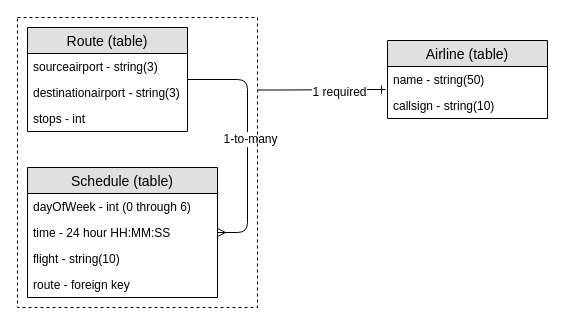
Above: Groves/138HowToModelDataSeries/images/logical model document.drawio in couchbaselabs/blog-source-code (draw.io), before the change. Source tidied: cells renumbered, new cells numbered last; positions are measured from the earlier drawing's top-left corner, leaving out a move shared by most shapes. Both pictures are drawn from the tidied source at 100%, with x=0, y=0 at pixel (17, 17).
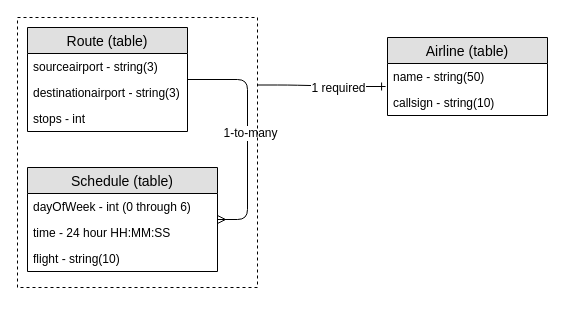
The same diagram, later.

The edit, as a diff of the source:
```diff
@@
 <mxGraphModel>
   <root>
     <mxCell id="0" />
     <mxCell id="1" parent="0" />
     <mxCell id="2" value="Route (table)" style="swimlane;fontStyle=0;horizontal=1;startSize=26;fillColor=#e0e0e0;swimlaneFillColor=#ffffff;align=center;fontSize=14;" parent="1" vertex="1">
       <mxGeometry x="10" y="10" width="160" height="104" as="geometry" />
     </mxCell>
     <mxCell id="3" value="sourceairport - string(3)" style="text;strokeColor=none;fillColor=none;spacingLeft=4;spacingRight=4;overflow=hidden;fontSize=12;" parent="2" vertex="1">
       <mxGeometry y="26" width="160" height="26" as="geometry" />
     </mxCell>
     <mxCell id="4" value="destinationairport - string(3)" style="text;strokeColor=none;fillColor=none;spacingLeft=4;spacingRight=4;overflow=hidden;fontSize=12;" parent="2" vertex="1">
       <mxGeometry y="52" width="160" height="26" as="geometry" />
     </mxCell>
     <mxCell id="5" value="stops - int" style="text;strokeColor=none;fillColor=none;spacingLeft=4;spacingRight=4;overflow=hidden;fontSize=12;" parent="2" vertex="1">
       <mxGeometry y="78" width="160" height="26" as="geometry" />
     </mxCell>
     <mxCell id="6" value="Airline (table)" style="swimlane;fontStyle=0;horizontal=1;startSize=26;fillColor=#e0e0e0;swimlaneFillColor=#ffffff;align=center;fontSize=14;" parent="1" vertex="1">
-      <mxGeometry x="370" y="23" width="160" height="78" as="geometry" />
+      <mxGeometry x="370" y="20" width="160" height="78" as="geometry" />
     </mxCell>
     <mxCell id="7" value="name - string(50)" style="text;strokeColor=none;fillColor=none;spacingLeft=4;spacingRight=4;overflow=hidden;fontSize=12;" parent="6" vertex="1">
       <mxGeometry y="26" width="160" height="26" as="geometry" />
     </mxCell>
     <mxCell id="8" value="callsign - string(10)" style="text;strokeColor=none;fillColor=none;spacingLeft=4;spacingRight=4;overflow=hidden;points=[[0,0.5],[1,0.5]];portConstraint=eastwest;fontSize=12;" parent="6" vertex="1">
       <mxGeometry y="52" width="160" height="26" as="geometry" />
     </mxCell>
     <mxCell id="9" style="edgeStyle=entityRelationEdgeStyle;fontSize=12;html=1;endArrow=ERone;endFill=1;entryX=-0.012;entryY=-0.115;entryDx=0;entryDy=0;entryPerimeter=0;exitX=1;exitY=0.25;exitDx=0;exitDy=0;" parent="1" edge="1" source="18" target="8">
       <mxGeometry relative="1" as="geometry" />
     </mxCell>
     <mxCell id="10" value="1 required" style="text;html=1;align=center;verticalAlign=middle;labelBackgroundColor=#ffffff;" parent="9" vertex="1">
       <mxGeometry x="0.26" y="-2" relative="1" as="geometry" />
     </mxCell>
     <mxCell id="11" value="Schedule (table)" style="swimlane;fontStyle=0;horizontal=1;startSize=26;fillColor=#e0e0e0;swimlaneFillColor=#ffffff;align=center;fontSize=14;" parent="1" vertex="1">
-      <mxGeometry x="10" y="150" width="190" height="130" as="geometry" />
+      <mxGeometry x="10" y="150" width="190" height="104" as="geometry" />
     </mxCell>
     <mxCell id="12" value="dayOfWeek - int (0 through 6)" style="text;strokeColor=none;fillColor=none;spacingLeft=4;spacingRight=4;overflow=hidden;fontSize=12;" parent="11" vertex="1">
       <mxGeometry y="26" width="190" height="26" as="geometry" />
     </mxCell>
     <mxCell id="13" value="time - 24 hour HH:MM:SS" style="text;strokeColor=none;fillColor=none;spacingLeft=4;spacingRight=4;overflow=hidden;fontSize=12;" parent="11" vertex="1">
       <mxGeometry y="52" width="190" height="26" as="geometry" />
     </mxCell>
     <mxCell id="14" value="flight - string(10)" style="text;strokeColor=none;fillColor=none;spacingLeft=4;spacingRight=4;overflow=hidden;fontSize=12;" parent="11" vertex="1">
       <mxGeometry y="78" width="190" height="26" as="geometry" />
     </mxCell>
-    <mxCell id="15" value="route - foreign key" style="text;strokeColor=none;fillColor=none;spacingLeft=4;spacingRight=4;overflow=hidden;fontSize=12;" parent="11" vertex="1">
-      <mxGeometry y="104" width="190" height="26" as="geometry" />
-    </mxCell>
     <mxCell id="16" style="edgeStyle=entityRelationEdgeStyle;fontSize=12;html=1;endArrow=ERmany;" parent="1" edge="1" source="2" target="11">
       <mxGeometry relative="1" as="geometry" />
     </mxCell>
     <mxCell id="17" value="1-to-many" style="text;html=1;align=center;verticalAlign=middle;labelBackgroundColor=#ffffff;" parent="16" vertex="1">
       <mxGeometry x="-0.02" y="2" relative="1" as="geometry" />
     </mxCell>
     <mxCell id="18" style="rounded=0;whiteSpace=wrap;html=1;fillColor=none;dashed=1;" parent="1" vertex="1">
-      <mxGeometry width="240" height="290" as="geometry" />
+      <mxGeometry width="240" height="270" as="geometry" />
     </mxCell>
   </root>
 </mxGraphModel>
```
